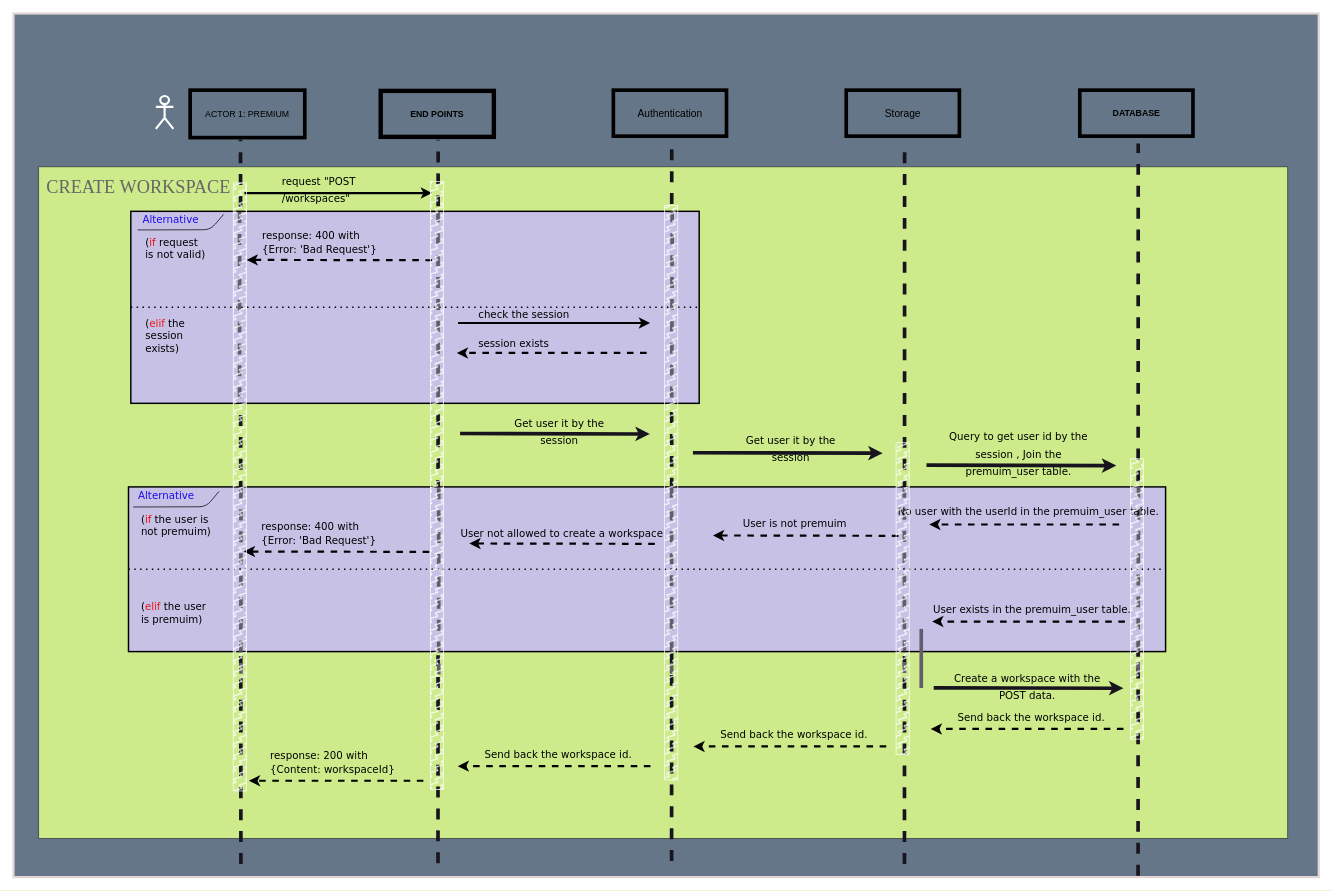
The draw.io diagram UML/Sequence_diagram/Dio/Create_workspace_diagram.dio in Kolapo-code/Booker, before the edit. Source tidied: cells renumbered, new cells numbered last; positions are measured from the earlier drawing's top-left corner, leaving out a move shared by most shapes. Both pictures are drawn from the tidied source at 73%, with x=0, y=0 at pixel (13, 13).
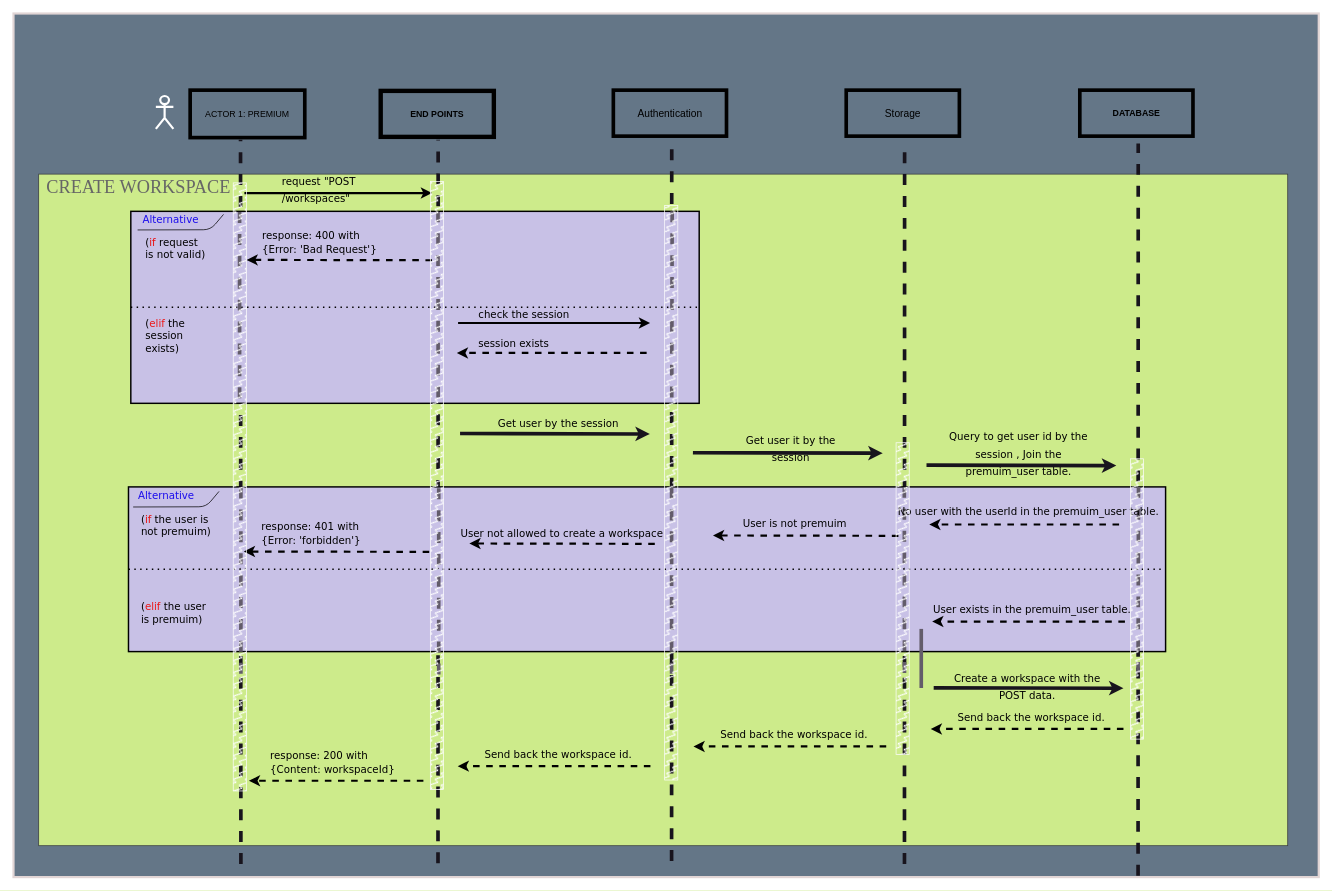
Above is the later version.

Change to the diagram source:
```diff
@@
     <mxCell id="3" style="rounded=0;whiteSpace=wrap;html=1;fillColor=#cdeb8b;strokeColor=#36393d;" parent="1" vertex="1">
-      <mxGeometry x="34.5" y="210" width="1711" height="920" as="geometry" />
+      <mxGeometry x="34.5" y="220" width="1711" height="920" as="geometry" />
     </mxCell>
@@
-    <mxCell id="29" value="&lt;div style=&quot;text-align: center;&quot;&gt;&lt;span style=&quot;background-color: initial; font-size: 14px;&quot;&gt;&lt;font face=&quot;Verdana&quot;&gt;Get user it by the session&lt;/font&gt;&lt;/span&gt;&lt;/div&gt;" style="text;whiteSpace=wrap;html=1;fontSize=19;fontColor=#000000;" parent="1" vertex="1">
+    <mxCell id="29" value="&lt;div style=&quot;text-align: center;&quot;&gt;&lt;span style=&quot;background-color: initial; font-size: 14px;&quot;&gt;&lt;font face=&quot;Verdana&quot;&gt;Get user by the session&lt;/font&gt;&lt;/span&gt;&lt;/div&gt;" style="text;whiteSpace=wrap;html=1;fontSize=19;fontColor=#000000;" parent="1" vertex="1">
       <mxGeometry x="661.7" y="543" width="170" height="50" as="geometry" />
     </mxCell>
@@
-    <mxCell id="59" value="&lt;p style=&quot;line-height: 70%;&quot;&gt;&lt;font style=&quot;font-size: 14px;&quot; face=&quot;Verdana&quot;&gt;response: 400 with&lt;br&gt;{Error&lt;/font&gt;&lt;span style=&quot;background-color: initial; font-family: Verdana; font-size: 14px;&quot;&gt;: 'Bad Request'}&amp;nbsp;&lt;/span&gt;&lt;/p&gt;" style="text;html=1;align=left;verticalAlign=middle;strokeColor=none;fillColor=none;fontSize=22;fontColor=#000000;" parent="1" vertex="1">
-      <mxGeometry x="337.5" y="665" width="183" height="91" as="geometry" />
+    <mxCell id="59" value="&lt;p style=&quot;line-height: 70%;&quot;&gt;&lt;font style=&quot;font-size: 14px;&quot; face=&quot;Verdana&quot;&gt;response: 401 with&lt;br&gt;{Error&lt;/font&gt;&lt;span style=&quot;background-color: initial; font-family: Verdana; font-size: 14px;&quot;&gt;: 'forbidden'}&amp;nbsp;&lt;/span&gt;&lt;/p&gt;" style="text;html=1;align=left;verticalAlign=middle;strokeColor=none;fillColor=none;fontSize=22;fontColor=#000000;" parent="1" vertex="1">
+      <mxGeometry x="337.5" y="664" width="131" height="94" as="geometry" />
     </mxCell>
```
